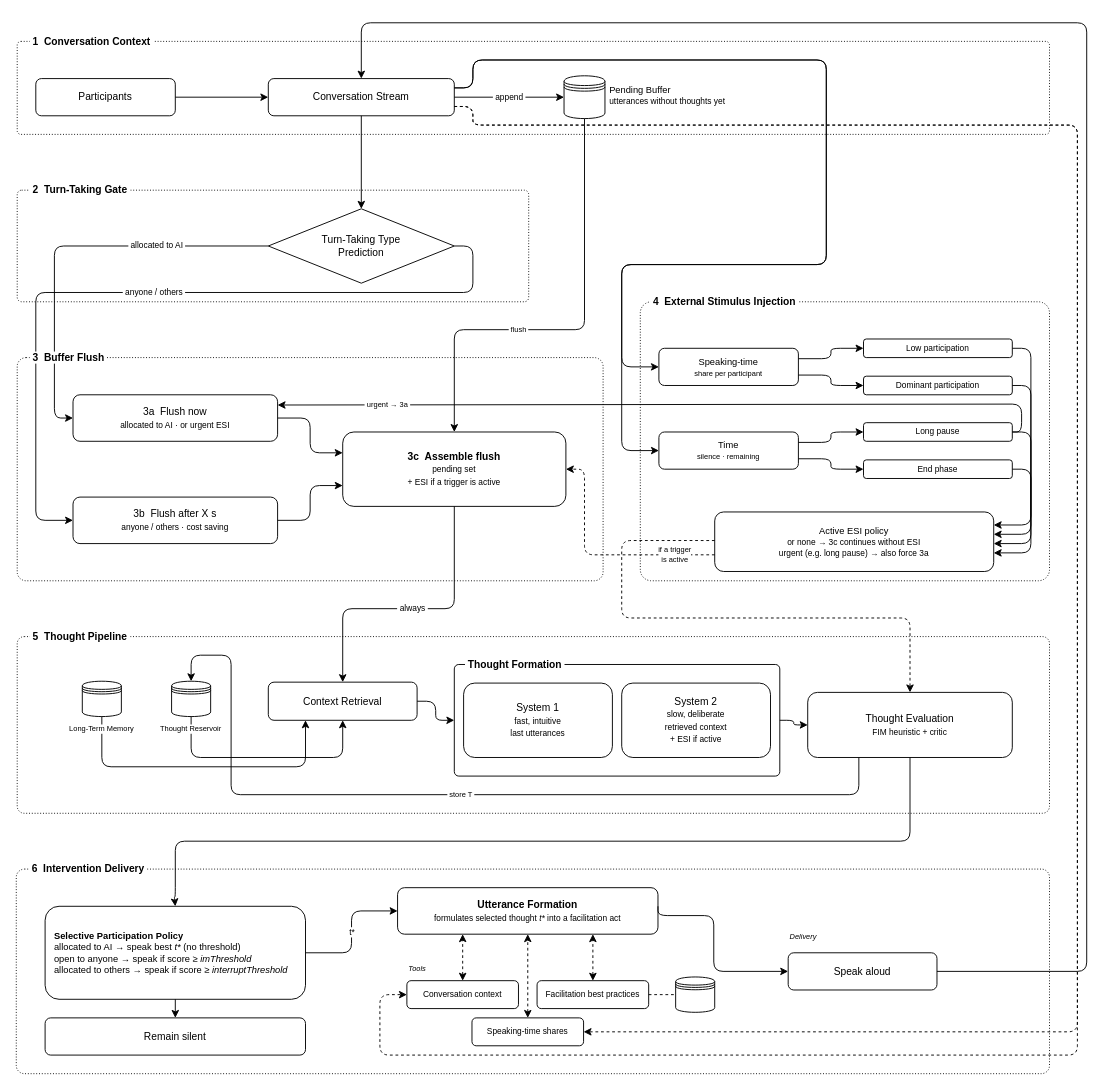
Above: assets/figures/04/raw/system-architecture.drawio in OliverHoenig/ba-ai-meeting-support (draw.io), before the change. Source tidied: cells renumbered, new cells numbered last; positions are measured from the earlier drawing's top-left corner, leaving out a move shared by most shapes. Both pictures are drawn from the tidied source at 93%, with x=0, y=0 at pixel (16, 22).
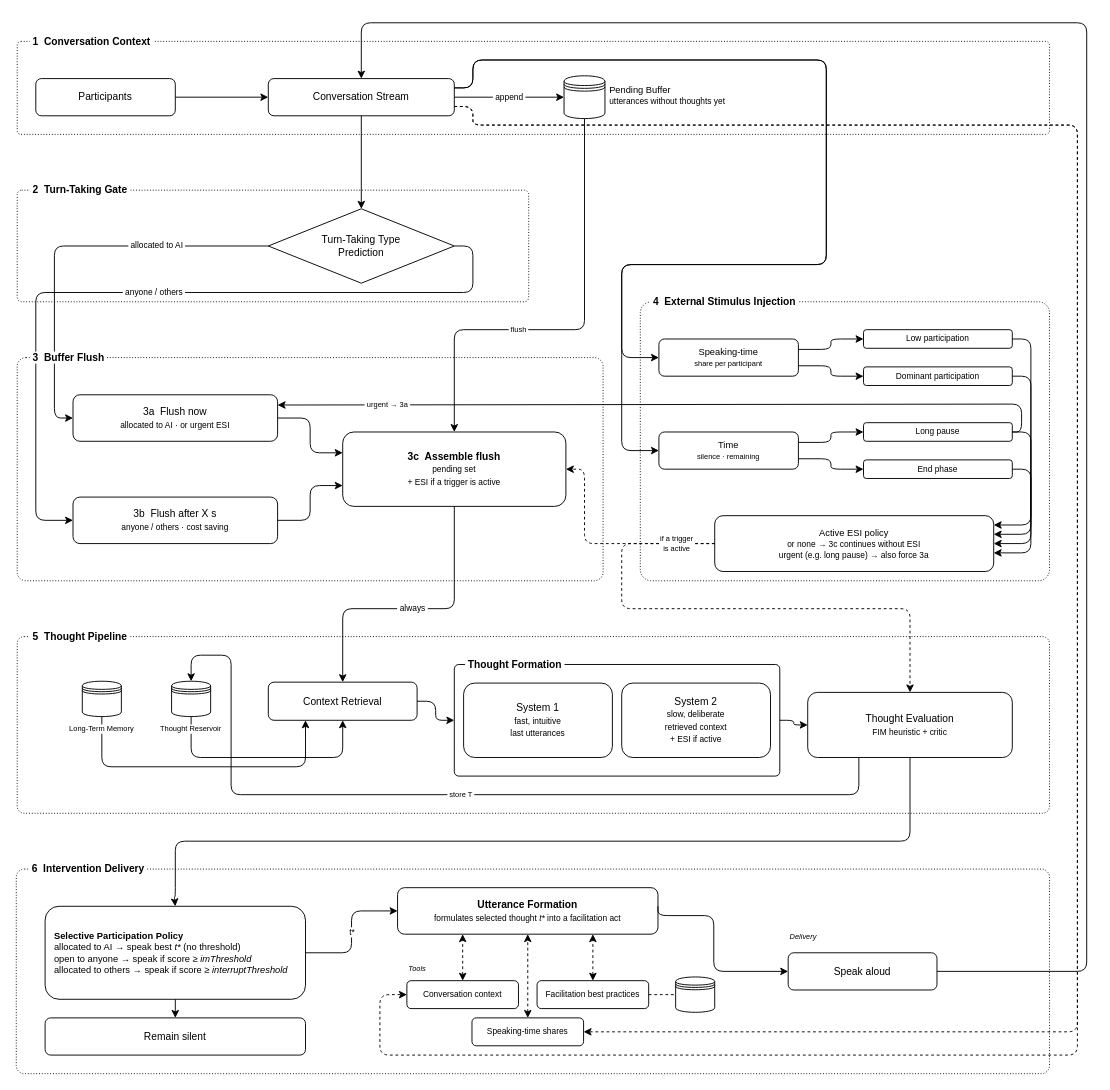
The same diagram, later.

Commit message (it also covers changes not shown here):
refactor: update system architecture diagram and related documents by adjusting geometries and improving clarity; replace outdated PDFs with new versions

Unchanged cells that the change refers to:
```xml
<mxCell id="9" value="Conversation Stream" style="rounded=1;whiteSpace=wrap;html=1;strokeColor=#000000;fontColor=#000000;fillColor=none;fontFamily=Helvetica;fontSize=11;" parent="1" vertex="1">
  <mxGeometry x="271" y="60" width="200" height="40" as="geometry" />
</mxCell>
<mxCell id="18" value="&lt;b&gt;3c &amp;nbsp;Assemble flush&lt;/b&gt;&lt;br&gt;&lt;font style=&quot;font-size: 9px;&quot;&gt;pending set&lt;br&gt;+ ESI if a trigger is active&lt;/font&gt;" style="rounded=1;whiteSpace=wrap;html=1;strokeColor=#000000;fontColor=#000000;fillColor=none;fontFamily=Helvetica;fontSize=11;align=center;verticalAlign=middle;" parent="1" vertex="1">
  <mxGeometry x="351" y="440" width="240" height="80" as="geometry" />
</mxCell>
<mxCell id="37" value="Thought Evaluation&lt;br&gt;&lt;font style=&quot;font-size: 9px;&quot;&gt;FIM heuristic + critic&lt;/font&gt;" style="rounded=1;whiteSpace=wrap;html=1;strokeColor=#000000;fontColor=#000000;fillColor=none;fontFamily=Helvetica;fontSize=11;" parent="1" vertex="1">
  <mxGeometry x="851" y="720" width="220" height="70" as="geometry" />
</mxCell>
```

Change to the diagram source:
```diff
@@
     <mxCell id="20" value="Speaking-time&lt;br&gt;&lt;font style=&quot;font-size: 8px;&quot;&gt;share per participant&lt;/font&gt;" style="rounded=1;whiteSpace=wrap;html=1;strokeColor=#000000;fontColor=#000000;fillColor=none;fontFamily=Helvetica;fontSize=10;" parent="1" vertex="1">
-      <mxGeometry x="691" y="350" width="150" height="40" as="geometry" />
+      <mxGeometry x="691" y="340" width="150" height="40" as="geometry" />
     </mxCell>
     <mxCell id="21" value="Low participation" style="rounded=1;whiteSpace=wrap;html=1;strokeColor=#000000;fontColor=#000000;fillColor=none;fontFamily=Helvetica;fontSize=9;" parent="1" vertex="1">
-      <mxGeometry x="911" y="340" width="160" height="20" as="geometry" />
+      <mxGeometry x="911" y="330" width="160" height="20" as="geometry" />
     </mxCell>
     <mxCell id="22" value="Dominant participation" style="rounded=1;whiteSpace=wrap;html=1;strokeColor=#000000;fontColor=#000000;fillColor=none;fontFamily=Helvetica;fontSize=9;" parent="1" vertex="1">
-      <mxGeometry x="911" y="380" width="160" height="20" as="geometry" />
+      <mxGeometry x="911" y="370" width="160" height="20" as="geometry" />
     </mxCell>
@@
-    <mxCell id="26" style="edgeStyle=orthogonalEdgeStyle;shape=connector;rounded=1;html=1;exitX=0;exitY=0.48;exitDx=0;exitDy=0;entryX=0.5;entryY=0;entryDx=0;entryDy=0;dashed=1;labelBackgroundColor=#FFFFFF;strokeColor=#000000;fontFamily=Helvetica;fontSize=8;fontColor=#000000;endArrow=classic;endFill=1;" parent="1" edge="1" source="27" target="37">
+    <mxCell id="26" style="edgeStyle=orthogonalEdgeStyle;shape=connector;rounded=1;html=1;exitX=0;exitY=0.5;exitDx=0;exitDy=0;entryX=0.5;entryY=0;entryDx=0;entryDy=0;dashed=1;labelBackgroundColor=#FFFFFF;strokeColor=#000000;fontFamily=Helvetica;fontSize=8;fontColor=#000000;endArrow=classic;endFill=1;" parent="1" edge="1" source="27" target="37">
       <mxGeometry relative="1" as="geometry">
         <Array as="points">
-          <mxPoint x="651" y="557" />
-          <mxPoint x="651" y="640" />
-          <mxPoint x="961" y="640" />
+          <mxPoint x="651" y="560" />
+          <mxPoint x="651" y="630" />
+          <mxPoint x="961" y="630" />
         </Array>
       </mxGeometry>
     </mxCell>
     <mxCell id="27" value="Active ESI policy&lt;br&gt;&lt;font style=&quot;font-size: 9px;&quot;&gt;or none → 3c continues without ESI&lt;br&gt;urgent (e.g. long pause) → also force 3a&lt;/font&gt;" style="rounded=1;whiteSpace=wrap;html=1;strokeColor=#000000;fontColor=#000000;fillColor=none;fontFamily=Helvetica;fontSize=10;" parent="1" vertex="1">
-      <mxGeometry x="751" y="526" width="300" height="64" as="geometry" />
+      <mxGeometry x="751" y="530" width="300" height="60" as="geometry" />
     </mxCell>
@@
     <mxCell id="60" style="edgeStyle=orthogonalEdgeStyle;shape=connector;rounded=1;html=1;strokeColor=#000000;endArrow=classic;endFill=1;exitX=1;exitY=0.5;" parent="1" edge="1" source="21">
       <mxGeometry relative="1" as="geometry">
         <mxPoint x="1051" y="540" as="targetPoint" />
         <Array as="points">
-          <mxPoint x="1091" y="350" />
+          <mxPoint x="1091" y="340" />
           <mxPoint x="1091" y="540" />
-          <mxPoint x="1051" y="540" />
         </Array>
       </mxGeometry>
     </mxCell>
     <mxCell id="61" style="edgeStyle=orthogonalEdgeStyle;shape=connector;rounded=1;html=1;strokeColor=#000000;endArrow=classic;endFill=1;exitX=1;exitY=0.5;" parent="1" edge="1" source="22">
       <mxGeometry relative="1" as="geometry">
         <mxPoint x="1051" y="550" as="targetPoint" />
         <Array as="points">
-          <mxPoint x="1091" y="390" />
+          <mxPoint x="1091" y="380" />
           <mxPoint x="1091" y="550" />
-          <mxPoint x="1051" y="550" />
         </Array>
       </mxGeometry>
     </mxCell>
@@
-    <mxCell id="64" value="if a trigger&lt;br&gt;is active" style="edgeStyle=orthogonalEdgeStyle;shape=connector;rounded=1;html=1;strokeColor=#000000;fontFamily=Helvetica;fontSize=8;fontColor=#000000;endArrow=classic;endFill=1;dashed=1;labelBackgroundColor=#FFFFFF;exitX=0;exitY=0.72;exitDx=0;exitDy=0;entryX=1;entryY=0.5;" parent="1" edge="1" source="27" target="18">
+    <mxCell id="64" value="if a trigger&lt;br&gt;is active" style="edgeStyle=orthogonalEdgeStyle;shape=connector;rounded=1;html=1;strokeColor=#000000;fontFamily=Helvetica;fontSize=8;fontColor=#000000;endArrow=classic;endFill=1;dashed=1;labelBackgroundColor=#FFFFFF;exitX=0;exitY=0.5;exitDx=0;exitDy=0;entryX=1;entryY=0.5;" parent="1" edge="1" source="27" target="18">
       <mxGeometry x="-0.66" relative="1" as="geometry">
         <Array as="points">
-          <mxPoint x="611" y="572" />
+          <mxPoint x="751" y="560" />
+          <mxPoint x="611" y="560" />
           <mxPoint x="611" y="480" />
         </Array>
       </mxGeometry>
     </mxCell>
@@
     <mxCell id="67" style="edgeStyle=orthogonalEdgeStyle;shape=connector;rounded=1;html=1;strokeColor=#000000;endArrow=classic;endFill=1;exitX=1;exitY=0.25;entryX=0;entryY=0.5;entryDx=0;entryDy=0;exitDx=0;exitDy=0;" parent="1" edge="1" source="9" target="20">
       <mxGeometry relative="1" as="geometry">
         <Array as="points">
           <mxPoint x="491" y="70" />
           <mxPoint x="491" y="40" />
           <mxPoint x="871" y="40" />
           <mxPoint x="871" y="260" />
           <mxPoint x="651" y="260" />
-          <mxPoint x="651" y="370" />
+          <mxPoint x="651" y="360" />
         </Array>
       </mxGeometry>
     </mxCell>
```
